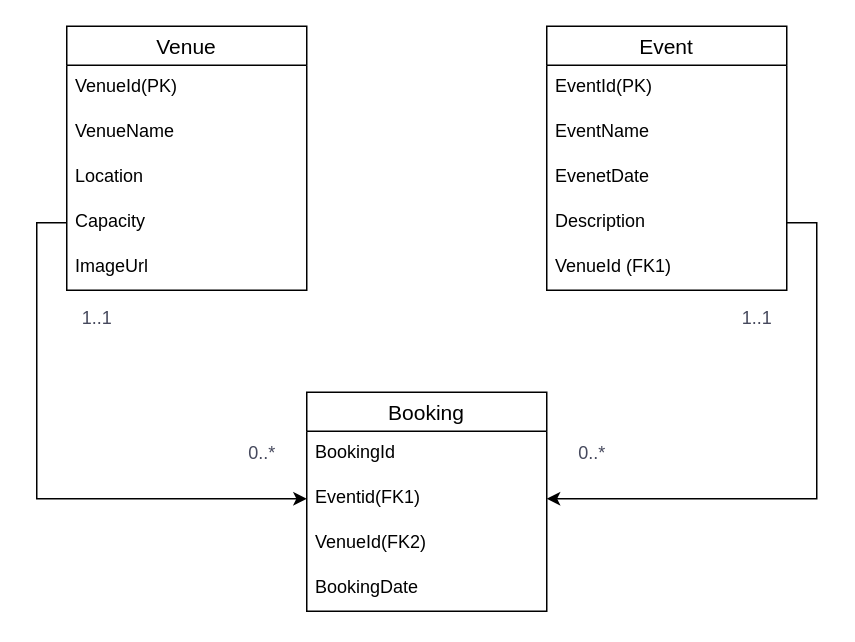
Before: EEERD.drawio in ST10191639-Pearl-Mashaba/ST10191639_CLDV6211_Part1, a draw.io diagram. Source tidied: cells renumbered, new cells numbered last; positions are measured from the earlier drawing's top-left corner, leaving out a move shared by most shapes. Both pictures are drawn from the tidied source at 150%, with x=0, y=0 at pixel (66, 26).
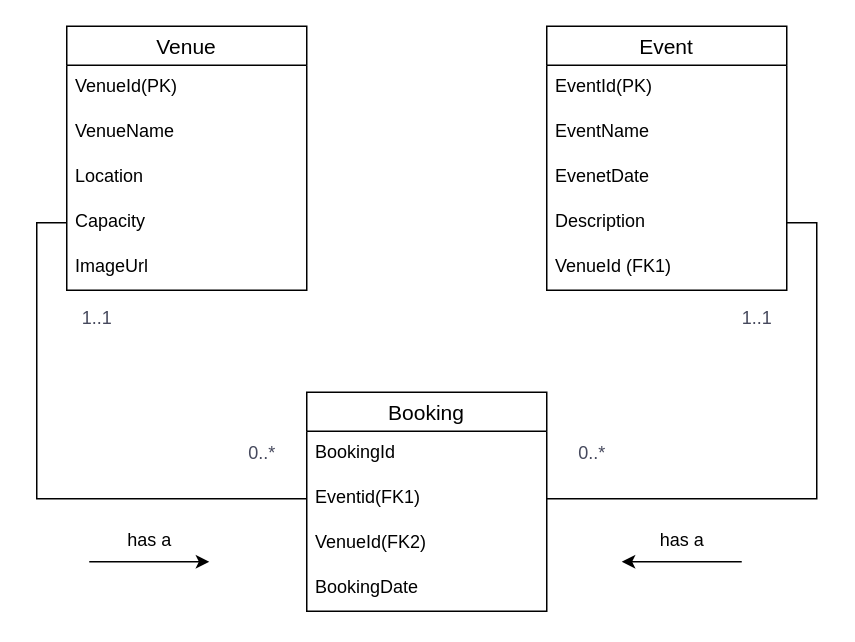
After the change.

Unchanged cells that the change refers to:
```xml
<mxCell id="6" value="Capacity" style="text;strokeColor=none;fillColor=none;spacingLeft=4;spacingRight=4;overflow=hidden;points=[[0,0.5],[1,0.5]];portConstraint=eastwest;fontSize=12;whiteSpace=wrap;html=1;" parent="2" vertex="1">
  <mxGeometry y="116" width="160" height="30" as="geometry" />
</mxCell>
<mxCell id="12" value="Description" style="text;strokeColor=none;fillColor=none;spacingLeft=4;spacingRight=4;overflow=hidden;points=[[0,0.5],[1,0.5]];portConstraint=eastwest;fontSize=12;whiteSpace=wrap;html=1;" parent="8" vertex="1">
  <mxGeometry y="116" width="160" height="30" as="geometry" />
</mxCell>
<mxCell id="16" value="Eventid(FK1)" style="text;strokeColor=none;fillColor=none;spacingLeft=4;spacingRight=4;overflow=hidden;points=[[0,0.5],[1,0.5]];portConstraint=eastwest;fontSize=12;whiteSpace=wrap;html=1;" parent="14" vertex="1">
  <mxGeometry y="56" width="160" height="30" as="geometry" />
</mxCell>
```

The edit, as a diff of the source:
```diff
@@
-    <mxCell id="19" style="edgeStyle=orthogonalEdgeStyle;rounded=0;jettySize=auto;html=1;exitX=0;exitY=0.5;exitDx=0;exitDy=0;entryX=0;entryY=0.5;entryDx=0;entryDy=0;" parent="1" edge="1" source="6" target="16">
+    <mxCell id="19" style="edgeStyle=orthogonalEdgeStyle;rounded=0;jettySize=auto;html=1;exitX=0;exitY=0.5;exitDx=0;exitDy=0;entryX=0;entryY=0.5;entryDx=0;entryDy=0;endArrow=none;startFill=0;" parent="1" edge="1" source="6" target="16">
       <mxGeometry relative="1" as="geometry" />
     </mxCell>
-    <mxCell id="20" style="edgeStyle=orthogonalEdgeStyle;rounded=0;jettySize=auto;html=1;exitX=1;exitY=0.5;exitDx=0;exitDy=0;entryX=1;entryY=0.5;entryDx=0;entryDy=0;" parent="1" edge="1" source="12" target="16">
+    <mxCell id="20" style="edgeStyle=orthogonalEdgeStyle;rounded=0;jettySize=auto;html=1;exitX=1;exitY=0.5;exitDx=0;exitDy=0;entryX=1;entryY=0.5;entryDx=0;entryDy=0;endArrow=none;startFill=0;" parent="1" edge="1" source="12" target="16">
       <mxGeometry relative="1" as="geometry" />
     </mxCell>
@@
+    <mxCell id="25" value="has a" style="text;html=1;align=center;verticalAlign=middle;strokeColor=none;fillColor=none;" parent="1" vertex="1">
+      <mxGeometry x="30" y="328" width="50" height="30" as="geometry" />
+    </mxCell>
+    <mxCell id="26" style="endArrow=classic;html=1;rounded=0;" parent="1" edge="1">
+      <mxGeometry relative="1" as="geometry">
+        <mxPoint x="15" y="357" as="sourcePoint" />
+        <mxPoint x="95" y="357" as="targetPoint" />
+      </mxGeometry>
+    </mxCell>
+    <mxCell id="27" value="has a" style="text;html=1;align=center;verticalAlign=middle;strokeColor=none;fillColor=none;" parent="1" vertex="1">
+      <mxGeometry x="385" y="328" width="50" height="30" as="geometry" />
+    </mxCell>
+    <mxCell id="28" style="endArrow=classic;html=1;rounded=0;" parent="1" edge="1">
+      <mxGeometry relative="1" as="geometry">
+        <mxPoint x="450" y="357" as="sourcePoint" />
+        <mxPoint x="370" y="357" as="targetPoint" />
+      </mxGeometry>
+    </mxCell>
```
